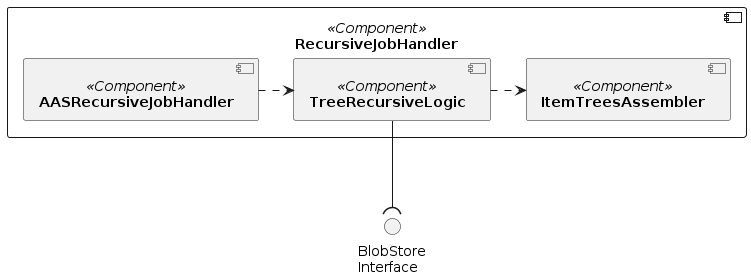
The PlantUML diagram docs/assets/arc42/arc42_005.png in eclipse-tractusx/item-relationship-service, before a commit. The source it was exported from:
```plantuml
@startuml
skinparam monochrome true
skinparam shadowing false
skinparam linetype ortho
skinparam defaultFontName "Architects daughter"

 component [**RecursiveJobHandler**] <<Component>> as RecursiveJobHandler {
    component [**AASRecursiveJobHandler**] <<Component>> as AASRecursiveJobHandler
    component [**TreeRecursiveLogic**] <<Component>> as TreeRecursiveLogic
    component [**ItemTreesAssembler**] <<Component>> as ItemTreesAssembler

 }

() "BlobStore\nInterface" as StoreInterface
AASRecursiveJobHandler .> TreeRecursiveLogic
TreeRecursiveLogic .> ItemTreesAssembler
TreeRecursiveLogic --( StoreInterface
@enduml
```
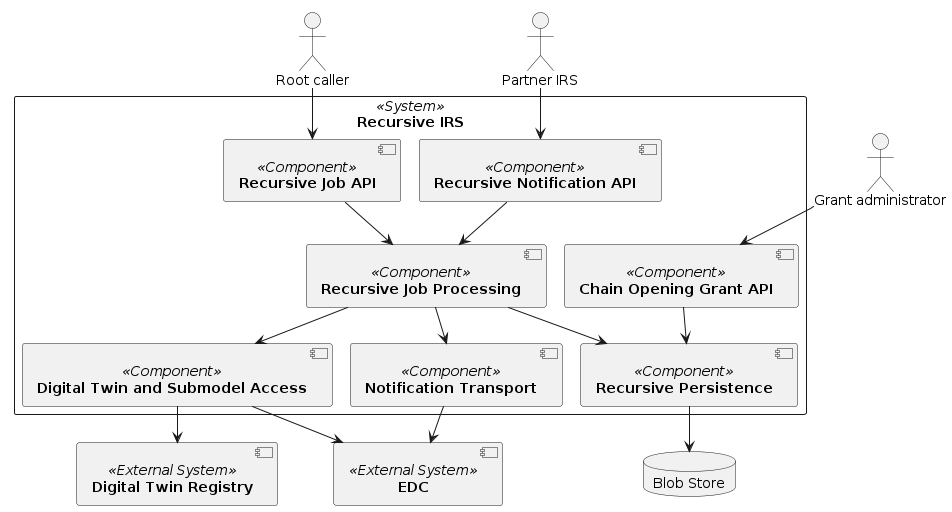
The same diagram one commit later.

Change to the diagram source:
```diff
@@ -1,18 +1,42 @@
 @startuml
+!pragma layout smetana
 skinparam monochrome true
 skinparam shadowing false
 skinparam linetype ortho
 skinparam defaultFontName "Architects daughter"
 
- component [**RecursiveJobHandler**] <<Component>> as RecursiveJobHandler {
-    component [**AASRecursiveJobHandler**] <<Component>> as AASRecursiveJobHandler
-    component [**TreeRecursiveLogic**] <<Component>> as TreeRecursiveLogic
-    component [**ItemTreesAssembler**] <<Component>> as ItemTreesAssembler
+actor "Root caller" as RootCaller
+actor "Partner IRS" as PartnerIrs
+actor "Grant administrator" as GrantAdministrator
 
- }
+rectangle "Recursive IRS" <<System>> as RecursiveIrs {
+    component [**Recursive Job API**] <<Component>> as JobApi
+    component [**Recursive Notification API**] <<Component>> as NotificationApi
+    component [**Chain Opening Grant API**] <<Component>> as GrantApi
+    component [**Recursive Job Processing**] <<Component>> as JobProcessing
+    component [**Digital Twin and Submodel Access**] <<Component>> as DataAccess
+    component [**Notification Transport**] <<Component>> as NotificationTransport
+    component [**Recursive Persistence**] <<Component>> as Persistence
+}
 
-() "BlobStore\nInterface" as StoreInterface
-AASRecursiveJobHandler .> TreeRecursiveLogic
-TreeRecursiveLogic .> ItemTreesAssembler
-TreeRecursiveLogic --( StoreInterface
+component [**Digital Twin Registry**] <<External System>> as DTR
+component [**EDC**] <<External System>> as EDC
+database "Blob Store" as BlobStore
+
+RootCaller --> JobApi
+PartnerIrs --> NotificationApi
+GrantAdministrator --> GrantApi
+
+JobApi --> JobProcessing
+NotificationApi --> JobProcessing
+GrantApi --> Persistence
+JobProcessing --> DataAccess
+JobProcessing --> NotificationTransport
+JobProcessing --> Persistence
+
+DataAccess --> DTR
+DataAccess --> EDC
+NotificationTransport --> EDC
+Persistence --> BlobStore
+
 @enduml
```
